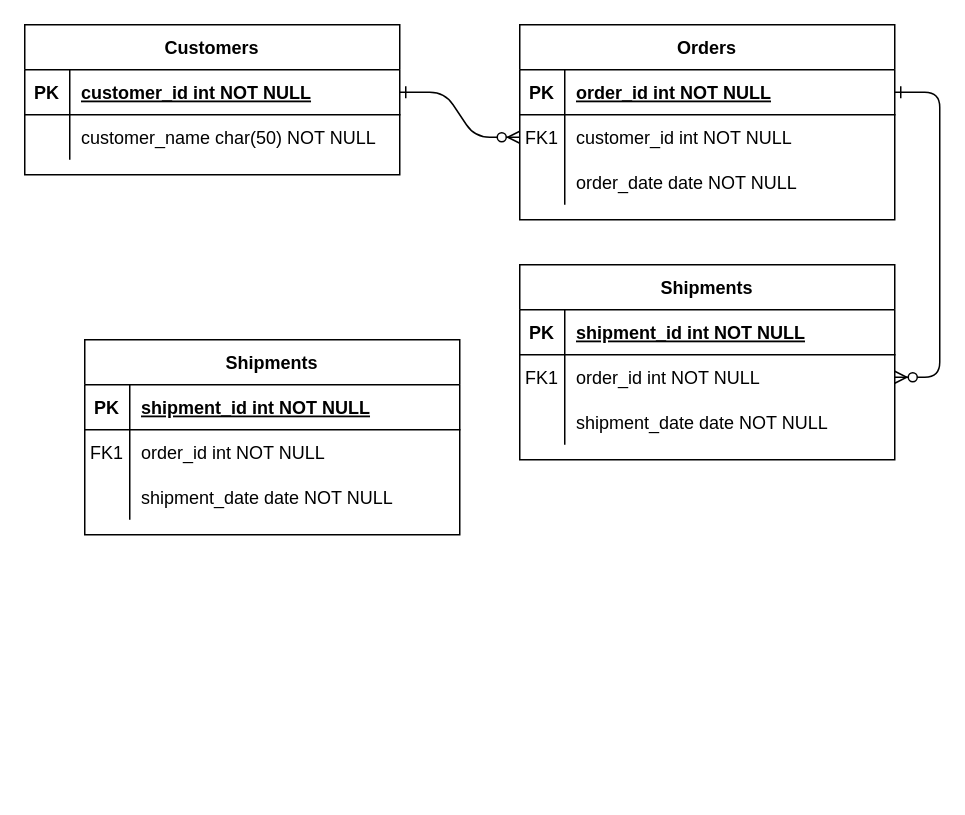
Before: Biểu đồ không có tiêu đề.drawio in nhatquangpx/Gym-Management-System, a draw.io diagram. Source tidied: cells renumbered, new cells numbered last; positions are measured from the earlier drawing's top-left corner, leaving out a move shared by most shapes. Both pictures are drawn from the tidied source at 150%, with x=0, y=0 at pixel (24, 24).
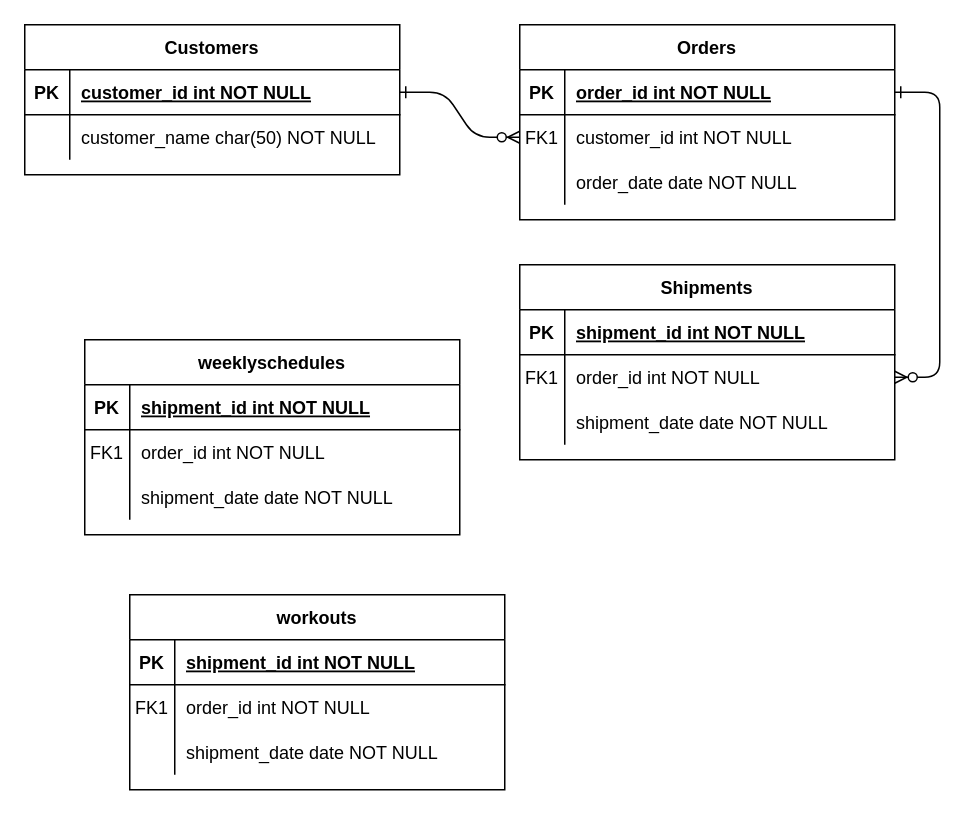
The same diagram, later.

Commit message:
Cập nhật Biểu đồ không có tiêu đề.drawio

What changed in the source:
```diff
@@
-    <mxCell id="31" value="Shipments" style="shape=table;startSize=30;childLayout=tableLayout;rowLines=0;fontStyle=1;align=center;" parent="1" vertex="1">
+    <mxCell id="31" value="weeklyschedules" style="shape=table;startSize=30;childLayout=tableLayout;rowLines=0;fontStyle=1;align=center;" parent="1" vertex="1">
       <mxGeometry x="40" y="210" width="250" height="130" as="geometry" />
     </mxCell>
@@
+    <mxCell id="41" value="workouts" style="shape=table;startSize=30;childLayout=tableLayout;rowLines=0;fontStyle=1;align=center;" parent="1" vertex="1">
+      <mxGeometry x="70" y="380" width="250" height="130" as="geometry" />
+    </mxCell>
+    <mxCell id="42" style="shape=partialRectangle;fillColor=none;top=0;left=0;right=0;bottom=1;" parent="41" vertex="1">
+      <mxGeometry y="30" width="250" height="30" as="geometry" />
+    </mxCell>
+    <mxCell id="43" value="PK" style="shape=partialRectangle;overflow=hidden;fillColor=none;top=0;left=0;bottom=0;right=0;fontStyle=1;" parent="42" vertex="1">
+      <mxGeometry width="30" height="30" as="geometry" />
+    </mxCell>
+    <mxCell id="44" value="shipment_id int NOT NULL " style="shape=partialRectangle;overflow=hidden;fillColor=none;top=0;left=0;bottom=0;right=0;align=left;spacingLeft=6;fontStyle=5;" parent="42" vertex="1">
+      <mxGeometry x="30" width="220" height="30" as="geometry" />
+    </mxCell>
+    <mxCell id="45" style="shape=partialRectangle;fillColor=none;top=0;left=0;right=0;bottom=0;" parent="41" vertex="1">
+      <mxGeometry y="60" width="250" height="30" as="geometry" />
+    </mxCell>
+    <mxCell id="46" value="FK1" style="shape=partialRectangle;overflow=hidden;fillColor=none;top=0;left=0;bottom=0;right=0;" parent="45" vertex="1">
+      <mxGeometry width="30" height="30" as="geometry" />
+    </mxCell>
+    <mxCell id="47" value="order_id int NOT NULL" style="shape=partialRectangle;overflow=hidden;fillColor=none;top=0;left=0;bottom=0;right=0;align=left;spacingLeft=6;" parent="45" vertex="1">
+      <mxGeometry x="30" width="220" height="30" as="geometry" />
+    </mxCell>
+    <mxCell id="48" style="shape=partialRectangle;fillColor=none;top=0;left=0;right=0;bottom=0;" parent="41" vertex="1">
+      <mxGeometry y="90" width="250" height="30" as="geometry" />
+    </mxCell>
+    <mxCell id="49" style="shape=partialRectangle;overflow=hidden;fillColor=none;top=0;left=0;bottom=0;right=0;" parent="48" vertex="1">
+      <mxGeometry width="30" height="30" as="geometry" />
+    </mxCell>
+    <mxCell id="50" value="shipment_date date NOT NULL" style="shape=partialRectangle;overflow=hidden;fillColor=none;top=0;left=0;bottom=0;right=0;align=left;spacingLeft=6;" parent="48" vertex="1">
+      <mxGeometry x="30" width="220" height="30" as="geometry" />
+    </mxCell>
```
